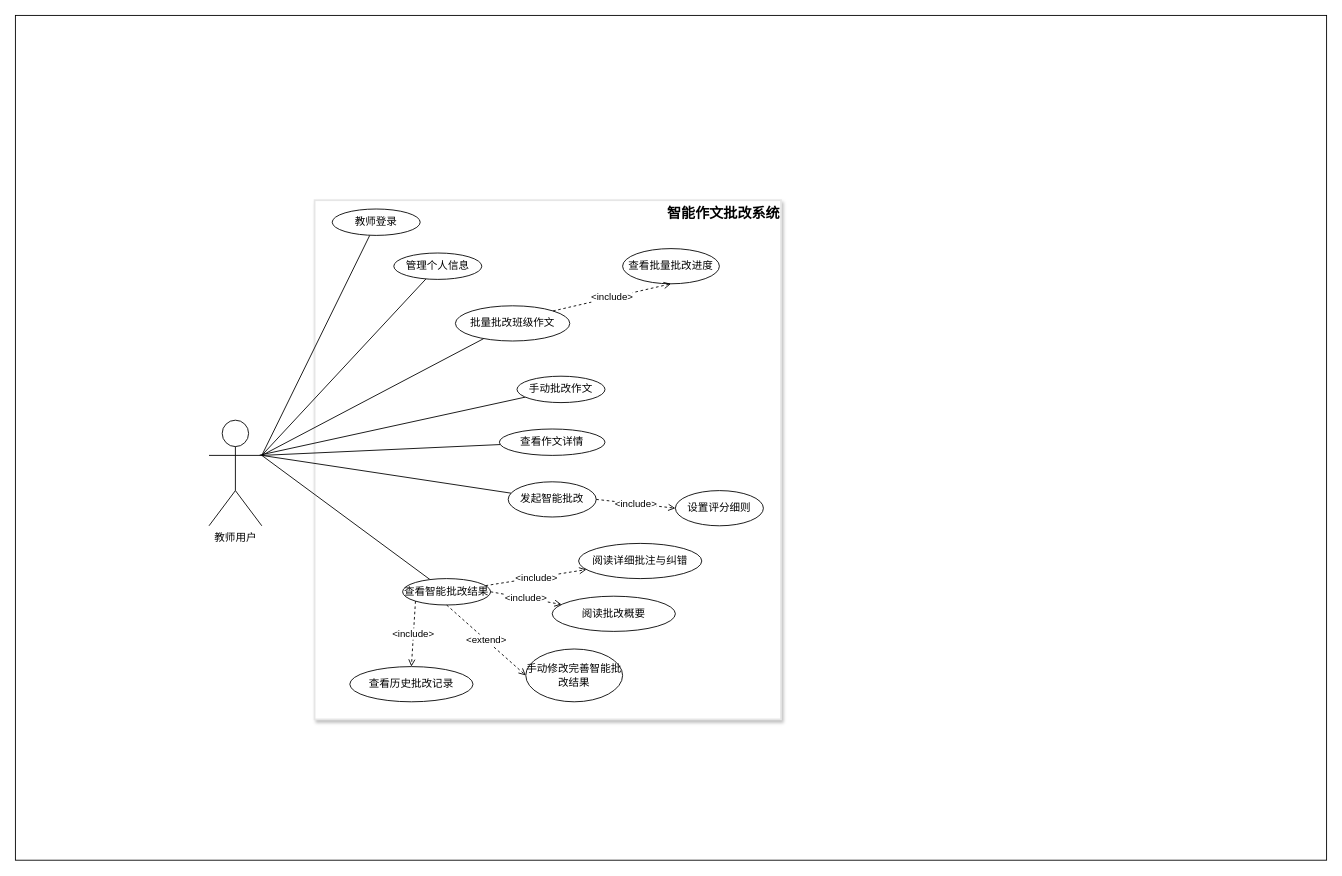
jhddt/Reading-Pavilion-java keeps this draw.io diagram as docs/teacher-usecase.drawio. Above is the earlier version. Source tidied: cells renumbered, new cells numbered last; positions are measured from the earlier drawing's top-left corner, leaving out a move shared by most shapes. Both pictures are drawn from the tidied source at 88%, with x=0, y=0 at pixel (15, 15).
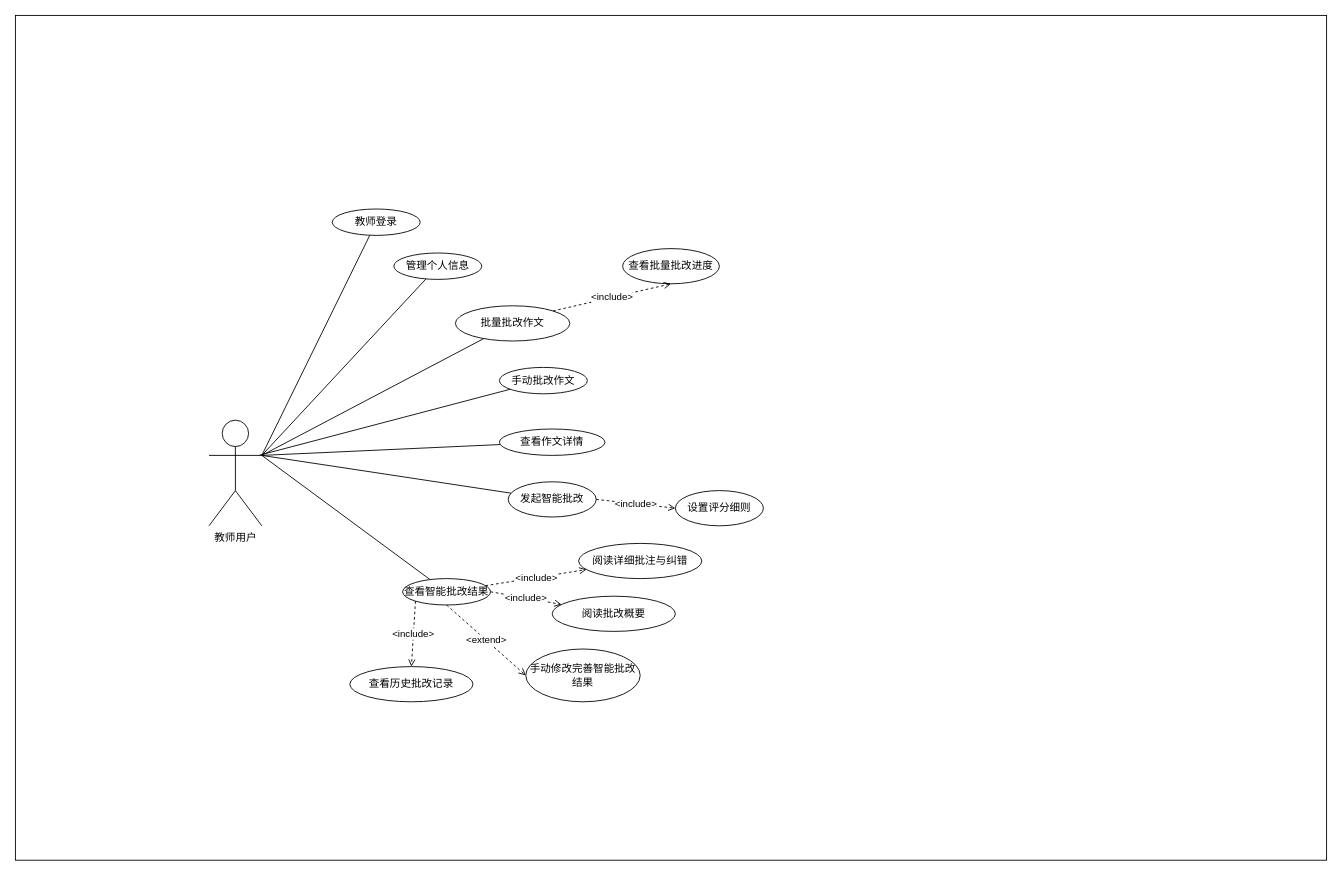
Above is the later version.

What changed in the source:
```diff
@@
-    <mxCell id="3" style="rounded=0;whiteSpace=wrap;html=1;strokeWidth=2;strokeColor=#E6E6E6;shadow=1;" parent="1" vertex="1">
-      <mxGeometry x="340" y="210" width="530" height="590" as="geometry" />
-    </mxCell>
@@
     <mxCell id="18" value="手动批改作文" style="ellipse;whiteSpace=wrap;html=1;" parent="1" vertex="1">
-      <mxGeometry x="570" y="410" width="100" height="30" as="geometry" />
+      <mxGeometry x="550" y="400" width="100" height="30" as="geometry" />
     </mxCell>
     <mxCell id="19" value="手动修改完善智能批改结果" style="ellipse;whiteSpace=wrap;html=1;" parent="1" vertex="1">
-      <mxGeometry x="580" y="720" width="110" height="60" as="geometry" />
+      <mxGeometry x="580" y="720" width="130" height="60" as="geometry" />
     </mxCell>
-    <mxCell id="20" value="批量批改班级作文" style="ellipse;whiteSpace=wrap;html=1;" parent="1" vertex="1">
+    <mxCell id="20" value="批量批改作文" style="ellipse;whiteSpace=wrap;html=1;" parent="1" vertex="1">
       <mxGeometry x="500" y="330" width="130" height="40" as="geometry" />
     </mxCell>
@@
-    <mxCell id="25" value="&lt;font style=&quot;font-size: 16px;&quot;&gt;&lt;b&gt;智能作文批改系统&lt;/b&gt;&lt;/font&gt;" style="text;html=1;whiteSpace=wrap;strokeColor=none;fillColor=none;align=center;verticalAlign=middle;rounded=0;" parent="1" vertex="1">
-      <mxGeometry x="740" y="210" width="130" height="30" as="geometry" />
-    </mxCell>
```
